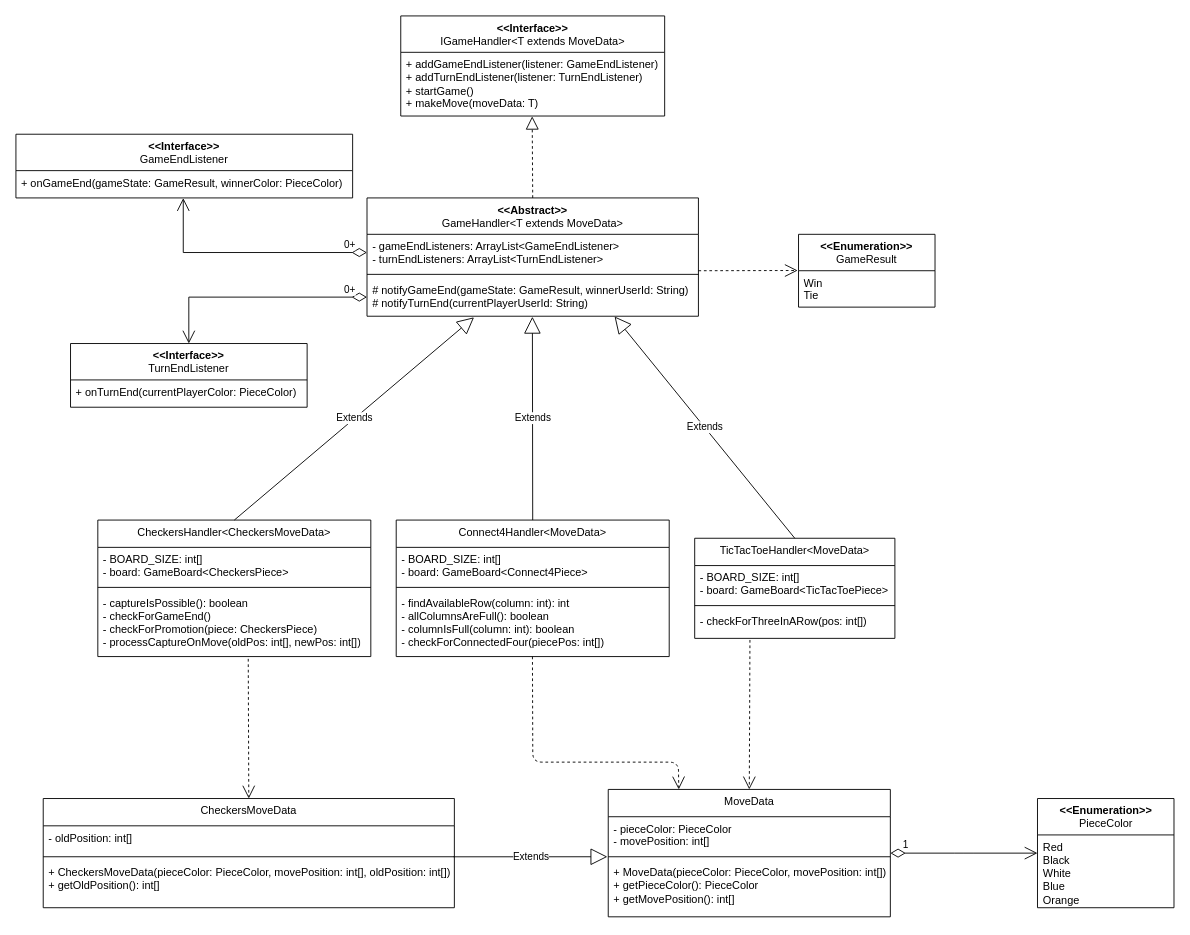
Above: Iteration_1/Backend/StructureDiagrams/GameHandler_StructureDiagram.drawio in m-yoon02/Condensation (draw.io), before the change. Source tidied: cells renumbered, new cells numbered last; positions are measured from the earlier drawing's top-left corner, leaving out a move shared by most shapes. Both pictures are drawn from the tidied source at 91%, with x=0, y=0 at pixel (15, 15).
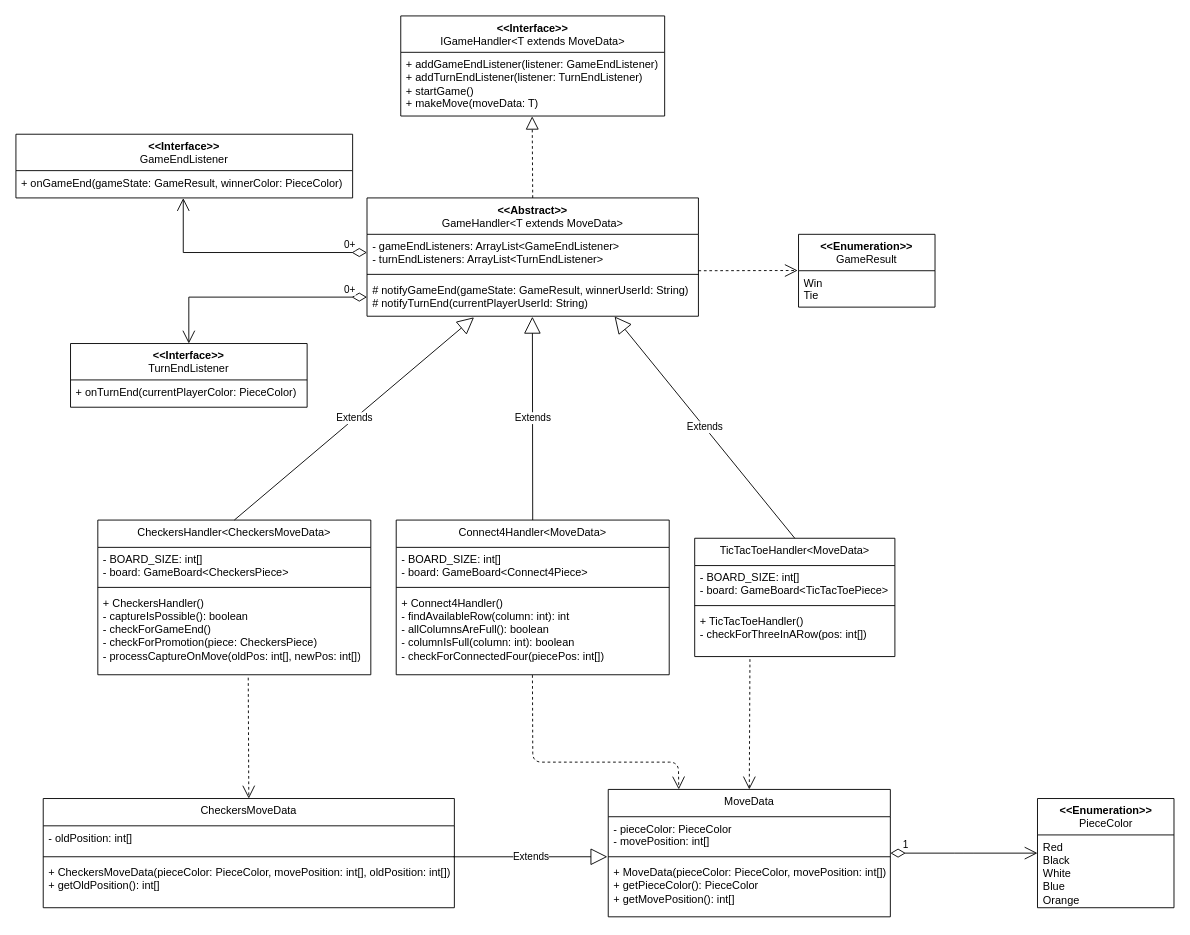
The same page after the edit.

Unchanged cells that the change refers to:
```xml
<mxCell id="18" value="&lt;div&gt;&lt;span style=&quot;background-color: initial; font-weight: normal;&quot;&gt;MoveData&lt;/span&gt;&lt;br&gt;&lt;/div&gt;" style="swimlane;fontStyle=1;align=center;verticalAlign=top;horizontal=1;startSize=30;whiteSpace=wrap;html=1;" parent="1" vertex="1">
  <mxGeometry x="650.9" y="850" width="310" height="140" as="geometry" />
</mxCell>
```

Change to the diagram source:
```diff
@@
     <mxCell id="30" value="&lt;div&gt;&lt;span style=&quot;background-color: initial; font-weight: normal;&quot;&gt;CheckersHandler&amp;lt;CheckersMoveData&amp;gt;&lt;/span&gt;&lt;br&gt;&lt;/div&gt;" style="swimlane;fontStyle=1;align=center;verticalAlign=top;horizontal=1;startSize=30;whiteSpace=wrap;html=1;" parent="1" vertex="1">
-      <mxGeometry x="90" y="554" width="300" height="150" as="geometry" />
+      <mxGeometry x="90" y="554" width="300" height="170" as="geometry" />
     </mxCell>
@@
-    <mxCell id="33" value="- captureIsPossible(): boolean&lt;br&gt;- checkForGameEnd()&lt;br&gt;- checkForPromotion(piece: CheckersPiece)&lt;br&gt;- processCaptureOnMove(oldPos: int[], newPos: int[])" style="text;strokeColor=none;fillColor=none;align=left;verticalAlign=top;spacingLeft=4;spacingRight=4;overflow=hidden;points=[[0,0.5],[1,0.5]];portConstraint=eastwest;whiteSpace=wrap;html=1;" parent="30" vertex="1">
-      <mxGeometry y="78" width="300" height="72" as="geometry" />
+    <mxCell id="33" value="+ CheckersHandler()&lt;br&gt;- captureIsPossible(): boolean&lt;br&gt;- checkForGameEnd()&lt;br&gt;- checkForPromotion(piece: CheckersPiece)&lt;br&gt;- processCaptureOnMove(oldPos: int[], newPos: int[])" style="text;strokeColor=none;fillColor=none;align=left;verticalAlign=top;spacingLeft=4;spacingRight=4;overflow=hidden;points=[[0,0.5],[1,0.5]];portConstraint=eastwest;whiteSpace=wrap;html=1;" parent="30" vertex="1">
+      <mxGeometry y="78" width="300" height="92" as="geometry" />
     </mxCell>
@@
     <mxCell id="35" value="&lt;div&gt;&lt;span style=&quot;background-color: initial; font-weight: normal;&quot;&gt;Connect4Handler&amp;lt;MoveData&amp;gt;&lt;/span&gt;&lt;br&gt;&lt;/div&gt;" style="swimlane;fontStyle=1;align=center;verticalAlign=top;horizontal=1;startSize=30;whiteSpace=wrap;html=1;" parent="1" vertex="1">
-      <mxGeometry x="417.9" y="554" width="300" height="150" as="geometry" />
+      <mxGeometry x="417.9" y="554" width="300" height="170" as="geometry" />
     </mxCell>
@@
-    <mxCell id="38" value="- findAvailableRow(column: int): int&lt;br&gt;- allColumnsAreFull(): boolean&lt;br&gt;- columnIsFull(column: int): boolean&lt;br&gt;- checkForConnectedFour(piecePos: int[])" style="text;strokeColor=none;fillColor=none;align=left;verticalAlign=top;spacingLeft=4;spacingRight=4;overflow=hidden;points=[[0,0.5],[1,0.5]];portConstraint=eastwest;whiteSpace=wrap;html=1;" parent="35" vertex="1">
-      <mxGeometry y="78" width="300" height="72" as="geometry" />
+    <mxCell id="38" value="+ Connect4Handler()&lt;br&gt;- findAvailableRow(column: int): int&lt;br&gt;- allColumnsAreFull(): boolean&lt;br&gt;- columnIsFull(column: int): boolean&lt;br&gt;- checkForConnectedFour(piecePos: int[])" style="text;strokeColor=none;fillColor=none;align=left;verticalAlign=top;spacingLeft=4;spacingRight=4;overflow=hidden;points=[[0,0.5],[1,0.5]];portConstraint=eastwest;whiteSpace=wrap;html=1;" parent="35" vertex="1">
+      <mxGeometry y="78" width="300" height="92" as="geometry" />
     </mxCell>
@@
     <mxCell id="40" value="&lt;div&gt;&lt;span style=&quot;background-color: initial; font-weight: normal;&quot;&gt;TicTacToeHandler&amp;lt;MoveData&amp;gt;&lt;/span&gt;&lt;br&gt;&lt;/div&gt;" style="swimlane;fontStyle=1;align=center;verticalAlign=top;horizontal=1;startSize=30;whiteSpace=wrap;html=1;" parent="1" vertex="1">
-      <mxGeometry x="745.9" y="574" width="220" height="110" as="geometry" />
+      <mxGeometry x="745.9" y="574" width="220" height="130" as="geometry" />
     </mxCell>
@@
-    <mxCell id="43" value="- checkForThreeInARow(pos: int[])" style="text;strokeColor=none;fillColor=none;align=left;verticalAlign=top;spacingLeft=4;spacingRight=4;overflow=hidden;points=[[0,0.5],[1,0.5]];portConstraint=eastwest;whiteSpace=wrap;html=1;" parent="40" vertex="1">
-      <mxGeometry y="78" width="220" height="32" as="geometry" />
+    <mxCell id="43" value="+ TicTacToeHandler()&lt;br&gt;- checkForThreeInARow(pos: int[])" style="text;strokeColor=none;fillColor=none;align=left;verticalAlign=top;spacingLeft=4;spacingRight=4;overflow=hidden;points=[[0,0.5],[1,0.5]];portConstraint=eastwest;whiteSpace=wrap;html=1;" parent="40" vertex="1">
+      <mxGeometry y="78" width="220" height="52" as="geometry" />
     </mxCell>
@@
-    <mxCell id="46" style="endArrow=open;endSize=12;dashed=1;html=1;entryX=0.25;entryY=0;entryDx=0;entryDy=0;exitX=0.276;exitY=1.055;exitDx=0;exitDy=0;exitPerimeter=0;" parent="1" edge="1" target="18">
+    <mxCell id="46" style="endArrow=open;endSize=12;dashed=1;html=1;entryX=0.25;entryY=0;entryDx=0;entryDy=0;exitX=0.499;exitY=1.004;exitDx=0;exitDy=0;exitPerimeter=0;" parent="1" edge="1" source="38" target="18">
       <mxGeometry relative="1" as="geometry">
-        <mxPoint x="567.6" y="704" as="sourcePoint" />
         <Array as="points">
           <mxPoint x="568" y="820" />
           <mxPoint x="728" y="820" />
         </Array>
       </mxGeometry>
     </mxCell>
```
